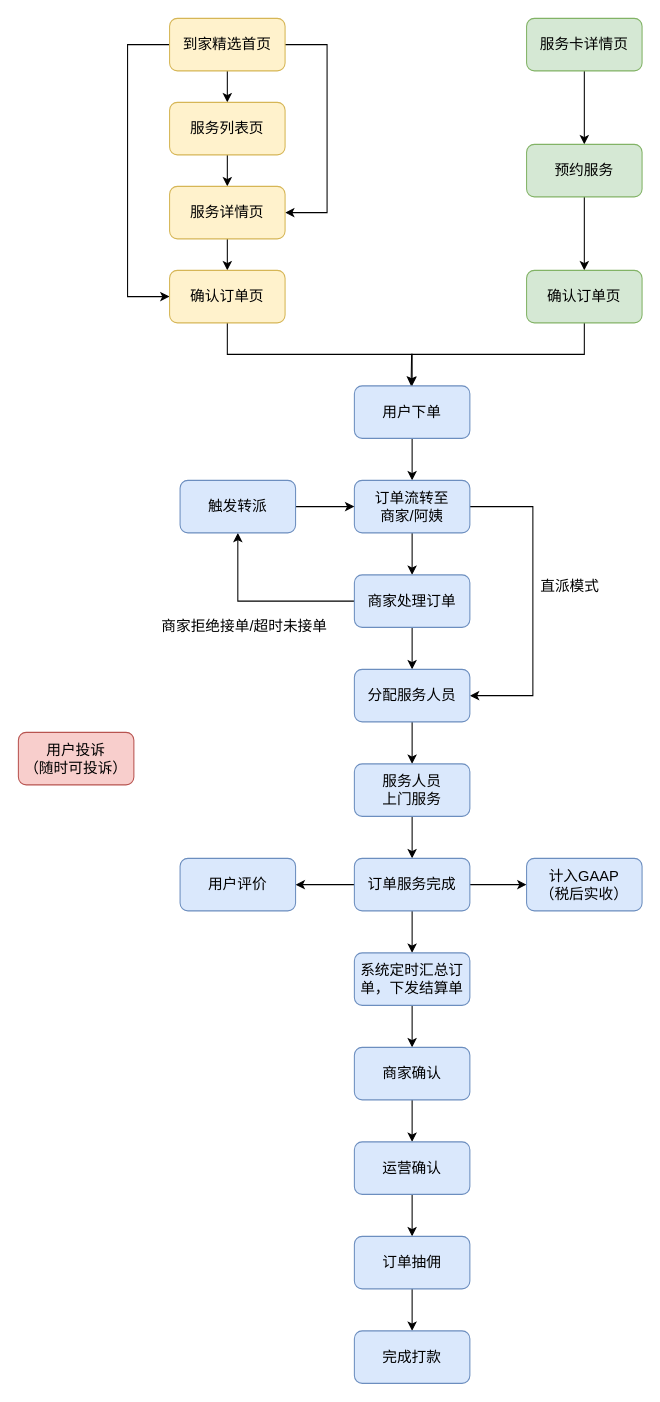
This is page "家政交易侧业务流程" (3 of 3) of Untitled Diagram.drawio from chihiro-qx/hello-world, a draw.io file, before an edit. Source tidied: cells renumbered, new cells numbered last; positions are measured from the earlier drawing's top-left corner, leaving out a move shared by most shapes. Both pictures are drawn from the tidied source at 105%, with x=0, y=0 at pixel (18, 18).
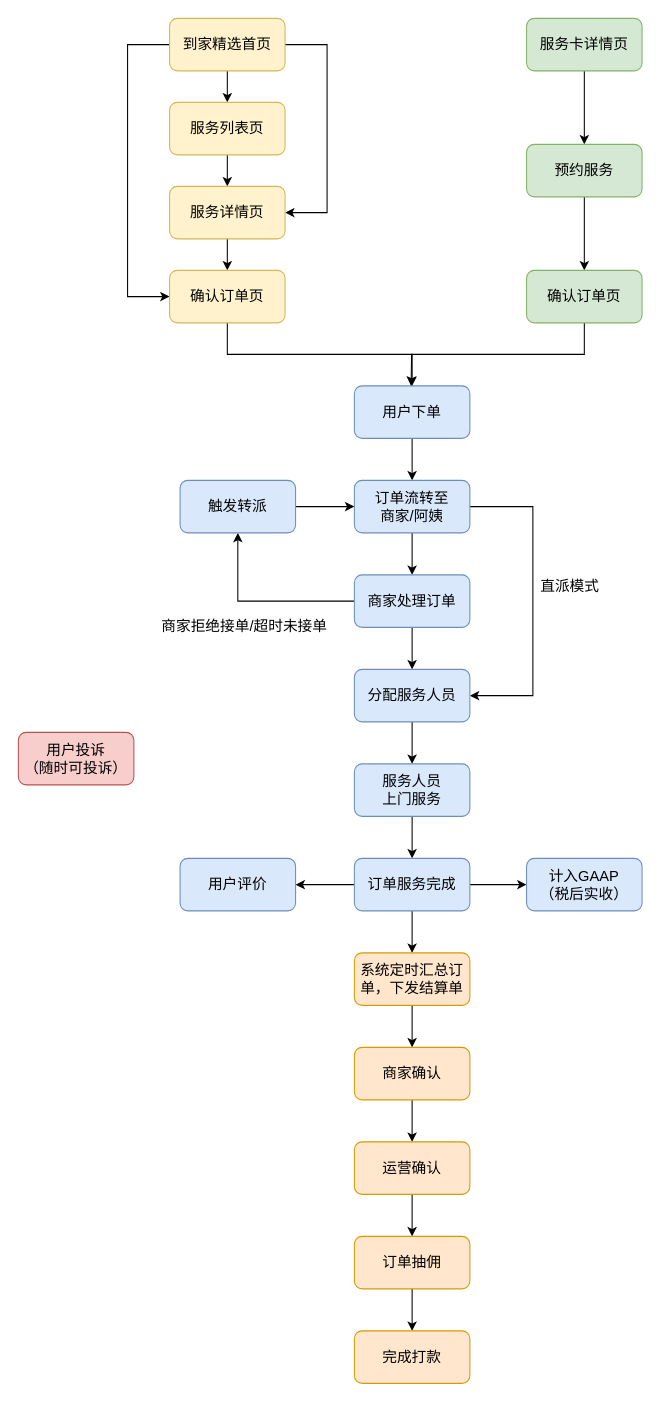
The same page after the edit.

The edit, as a diff of the source:
```diff
@@
-    <mxCell id="23" value="系统定时汇总订单，下发结算单" style="rounded=1;whiteSpace=wrap;html=1;fontSize=14;fillColor=#dae8fc;strokeColor=#6c8ebf;" parent="1" vertex="1">
+    <mxCell id="23" value="系统定时汇总订单，下发结算单" style="rounded=1;whiteSpace=wrap;html=1;fontSize=14;fillColor=#ffe6cc;strokeColor=#d79b00;" parent="1" vertex="1">
       <mxGeometry x="320" y="890" width="110" height="50" as="geometry" />
     </mxCell>
@@
-    <mxCell id="25" value="商家确认" style="rounded=1;whiteSpace=wrap;html=1;fontSize=14;fillColor=#dae8fc;strokeColor=#6c8ebf;" parent="1" vertex="1">
+    <mxCell id="25" value="商家确认" style="rounded=1;whiteSpace=wrap;html=1;fontSize=14;fillColor=#ffe6cc;strokeColor=#d79b00;" parent="1" vertex="1">
       <mxGeometry x="320" y="980" width="110" height="50" as="geometry" />
     </mxCell>
@@
-    <mxCell id="27" value="运营确认" style="rounded=1;whiteSpace=wrap;html=1;fontSize=14;fillColor=#dae8fc;strokeColor=#6c8ebf;" parent="1" vertex="1">
+    <mxCell id="27" value="运营确认" style="rounded=1;whiteSpace=wrap;html=1;fontSize=14;fillColor=#ffe6cc;strokeColor=#d79b00;" parent="1" vertex="1">
       <mxGeometry x="320" y="1070" width="110" height="50" as="geometry" />
     </mxCell>
@@
-    <mxCell id="29" value="订单抽佣" style="rounded=1;whiteSpace=wrap;html=1;fontSize=14;fillColor=#dae8fc;strokeColor=#6c8ebf;" parent="1" vertex="1">
+    <mxCell id="29" value="订单抽佣" style="rounded=1;whiteSpace=wrap;html=1;fontSize=14;fillColor=#ffe6cc;strokeColor=#d79b00;" parent="1" vertex="1">
       <mxGeometry x="320" y="1160" width="110" height="50" as="geometry" />
     </mxCell>
@@
-    <mxCell id="33" value="完成打款" style="rounded=1;whiteSpace=wrap;html=1;fontSize=14;fillColor=#dae8fc;strokeColor=#6c8ebf;" parent="1" vertex="1">
+    <mxCell id="33" value="完成打款" style="rounded=1;whiteSpace=wrap;html=1;fontSize=14;fillColor=#ffe6cc;strokeColor=#d79b00;" parent="1" vertex="1">
       <mxGeometry x="320" y="1250" width="110" height="50" as="geometry" />
     </mxCell>
```
